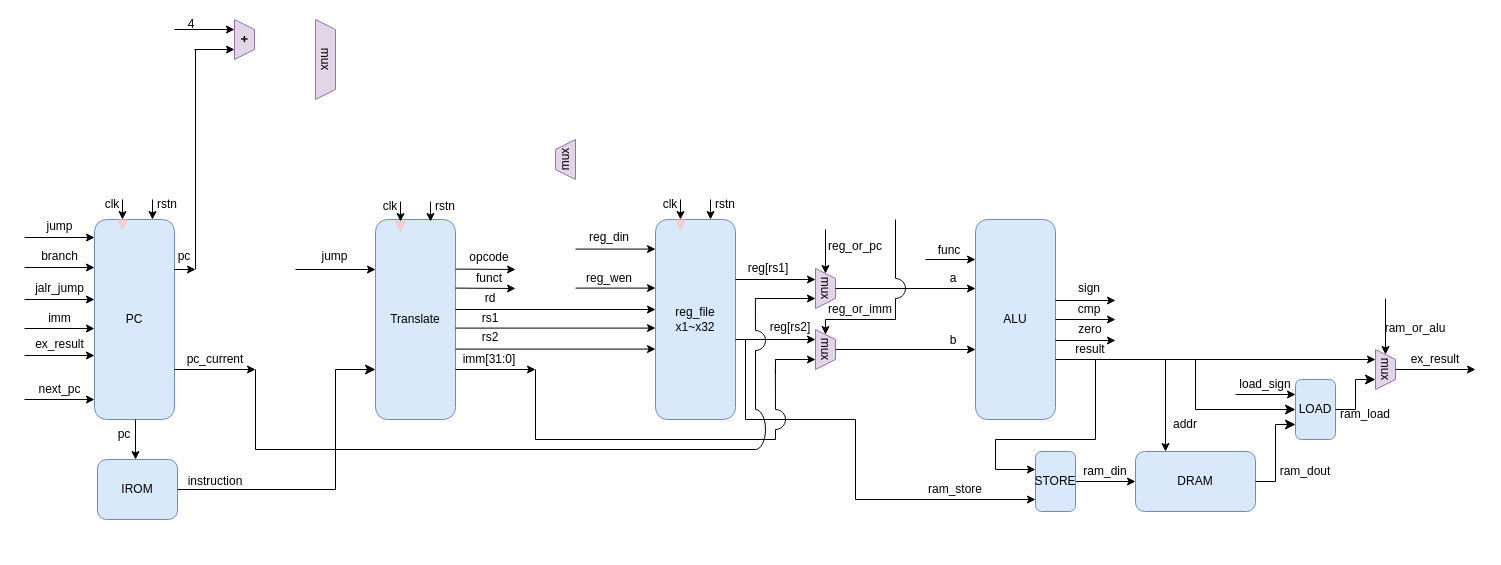
youmiwei/drawio keeps this draw.io diagram as 1_riscv/riscv.drawio. Above is the earlier version. Source tidied: cells renumbered, new cells numbered last; positions are measured from the earlier drawing's top-left corner, leaving out a move shared by most shapes. Both pictures are drawn from the tidied source at 100%, with x=0, y=0 at pixel (24, 19).
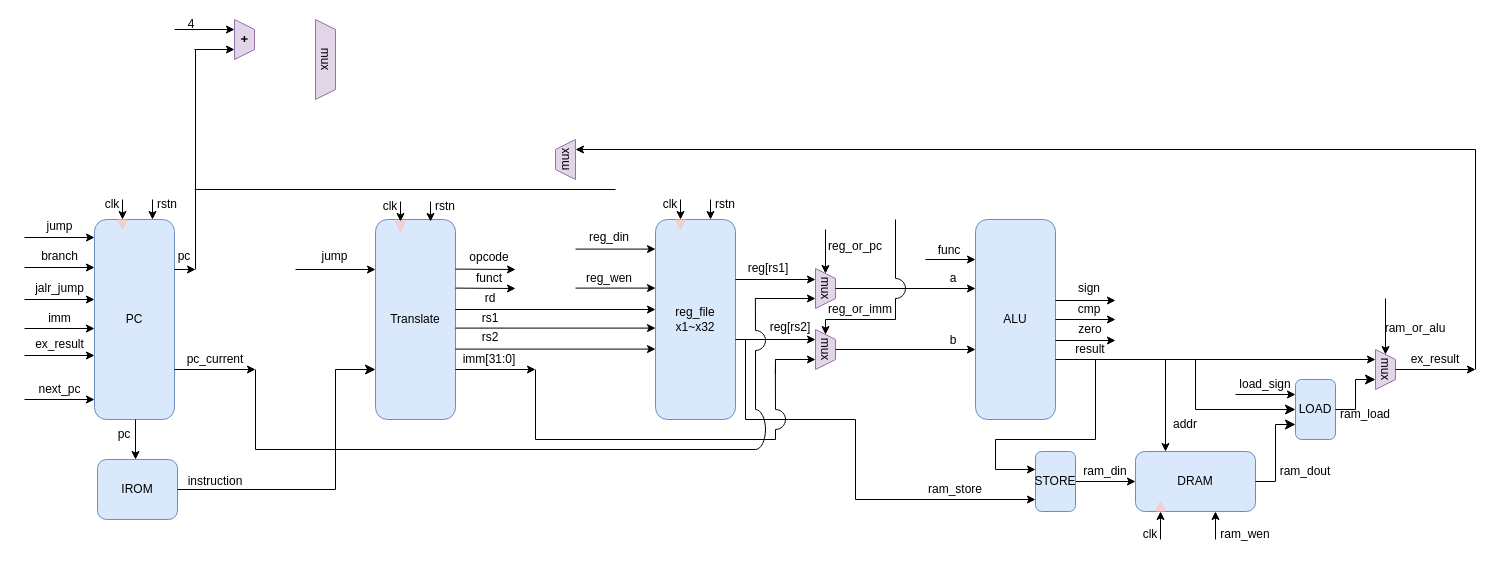
The same diagram, later.

The change refers to these unchanged cells:
```xml
<mxCell id="120" value="mux" style="shape=trapezoid;perimeter=trapezoidPerimeter;whiteSpace=wrap;html=1;fixedSize=1;size=10;rotation=-90;fillColor=#e1d5e7;strokeColor=#9673a6;align=center;" parent="1" vertex="1">
  <mxGeometry x="521" y="130" width="40" height="20" as="geometry" />
</mxCell>
```

Change to the diagram source:
```diff
@@
+    <mxCell id="138" style="triangle;whiteSpace=wrap;html=1;rotation=-90;fillColor=#f8cecc;strokeColor=#b85450;strokeWidth=0;" parent="1" vertex="1">
+      <mxGeometry x="1131" y="482" width="10" height="10" as="geometry" />
+    </mxCell>
+    <mxCell id="139" style="endArrow=classic;html=1;rounded=0;entryX=0;entryY=0.5;entryDx=0;entryDy=0;" parent="1" edge="1" target="138">
+      <mxGeometry relative="1" as="geometry">
+        <mxPoint x="1136" y="520" as="sourcePoint" />
+      </mxGeometry>
+    </mxCell>
+    <mxCell id="140" value="clk" style="text;html=1;align=center;verticalAlign=middle;whiteSpace=wrap;rounded=0;" parent="1" vertex="1">
+      <mxGeometry x="1111" y="510" width="30" height="10" as="geometry" />
+    </mxCell>
+    <mxCell id="141" style="endArrow=classic;html=1;rounded=0;entryX=0;entryY=0.5;entryDx=0;entryDy=0;" parent="1" edge="1">
+      <mxGeometry relative="1" as="geometry">
+        <mxPoint x="1191" y="520" as="sourcePoint" />
+        <mxPoint x="1191" y="492" as="targetPoint" />
+      </mxGeometry>
+    </mxCell>
+    <mxCell id="142" value="ram_wen" style="text;html=1;align=center;verticalAlign=middle;whiteSpace=wrap;rounded=0;" parent="1" vertex="1">
+      <mxGeometry x="1191" y="510" width="60" height="10" as="geometry" />
+    </mxCell>
+    <mxCell id="143" style="endArrow=none;html=1;rounded=0;" parent="1" edge="1">
+      <mxGeometry relative="1" as="geometry">
+        <mxPoint x="1451" y="350" as="sourcePoint" />
+        <mxPoint x="1451" y="130" as="targetPoint" />
+      </mxGeometry>
+    </mxCell>
+    <mxCell id="144" style="endArrow=classic;html=1;rounded=0;entryX=0.75;entryY=1;entryDx=0;entryDy=0;" parent="1" edge="1" target="120">
+      <mxGeometry relative="1" as="geometry">
+        <mxPoint x="1451" y="130" as="sourcePoint" />
+      </mxGeometry>
+    </mxCell>
+    <mxCell id="145" style="endArrow=none;html=1;rounded=0;" parent="1" edge="1">
+      <mxGeometry relative="1" as="geometry">
+        <mxPoint x="170.2" y="170" as="sourcePoint" />
+        <mxPoint x="591" y="170" as="targetPoint" />
+      </mxGeometry>
+    </mxCell>
```
